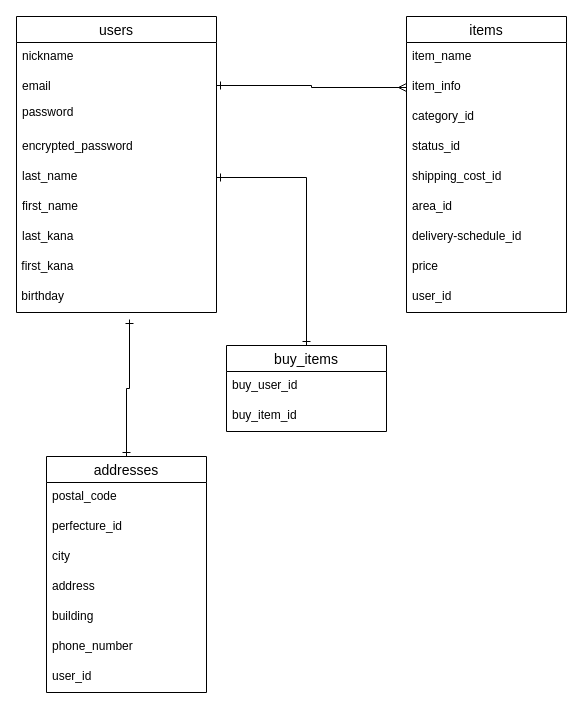
githaruka/furima-33490 keeps this draw.io diagram as table.dio. Above is the earlier version. Source tidied: cells renumbered, new cells numbered last; positions are measured from the earlier drawing's top-left corner, leaving out a move shared by most shapes. Both pictures are drawn from the tidied source at 100%, with x=0, y=0 at pixel (16, 16).
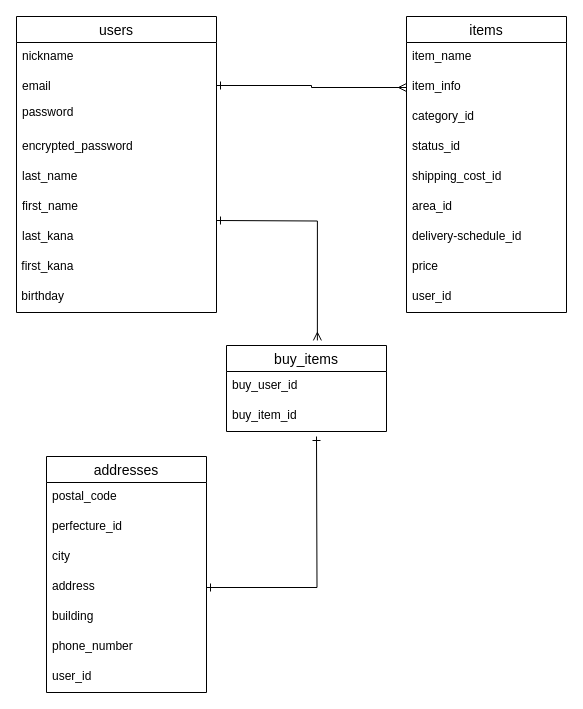
The same page after the edit.

The change refers to these unchanged cells:
```xml
<mxCell id="7" value="last_name" style="text;strokeColor=none;fillColor=none;spacingLeft=4;spacingRight=4;overflow=hidden;points=[[0,0.5],[1,0.5]];portConstraint=eastwest;fontSize=12;" parent="2" vertex="1">
  <mxGeometry y="146" width="200" height="30" as="geometry" />
</mxCell>
<mxCell id="24" value="addresses" style="swimlane;fontStyle=0;horizontal=1;startSize=26;align=center;fontSize=14;html=0;" parent="1" vertex="1">
  <mxGeometry x="30" y="440" width="160" height="236" as="geometry" />
</mxCell>
<mxCell id="28" value="address" style="text;strokeColor=none;fillColor=none;spacingLeft=4;spacingRight=4;overflow=hidden;points=[[0,0.5],[1,0.5]];portConstraint=eastwest;fontSize=12;" parent="24" vertex="1">
  <mxGeometry y="116" width="160" height="30" as="geometry" />
</mxCell>
<mxCell id="33" value="buy_items" style="swimlane;fontStyle=0;horizontal=1;startSize=26;align=center;fontSize=14;html=0;" parent="1" vertex="1">
  <mxGeometry x="210" y="329" width="160" height="86" as="geometry" />
</mxCell>
```

Change to the diagram source:
```diff
@@
-    <mxCell id="23" style="edgeStyle=orthogonalEdgeStyle;rounded=0;jettySize=auto;html=1;startArrow=ERone;startFill=0;endArrow=ERone;endFill=0;" parent="1" edge="1" source="24">
-      <mxGeometry relative="1" as="geometry">
-        <mxPoint x="113" y="303" as="targetPoint" />
-        <Array as="points">
-          <mxPoint x="110" y="372" />
-          <mxPoint x="113" y="372" />
-        </Array>
-      </mxGeometry>
-    </mxCell>
@@
-    <mxCell id="32" style="edgeStyle=orthogonalEdgeStyle;rounded=0;jettySize=auto;html=1;exitX=0.5;exitY=0;exitDx=0;exitDy=0;startArrow=ERone;startFill=0;endArrow=ERone;endFill=0;" parent="1" edge="1" source="33" target="7">
-      <mxGeometry relative="1" as="geometry" />
-    </mxCell>
@@
+    <mxCell id="36" style="edgeStyle=orthogonalEdgeStyle;rounded=0;jettySize=auto;html=1;exitX=1;exitY=0.5;exitDx=0;exitDy=0;startArrow=ERone;startFill=0;endArrow=ERone;endFill=0;" parent="1" edge="1" source="28">
+      <mxGeometry relative="1" as="geometry">
+        <mxPoint x="300" y="420" as="targetPoint" />
+      </mxGeometry>
+    </mxCell>
+    <mxCell id="37" style="edgeStyle=orthogonalEdgeStyle;rounded=0;jettySize=auto;html=1;entryX=0.568;entryY=-0.059;entryDx=0;entryDy=0;startArrow=ERone;startFill=0;endArrow=ERmany;endFill=0;entryPerimeter=0;" parent="1" edge="1" target="33">
+      <mxGeometry relative="1" as="geometry">
+        <mxPoint x="200" y="204" as="sourcePoint" />
+      </mxGeometry>
+    </mxCell>
```
